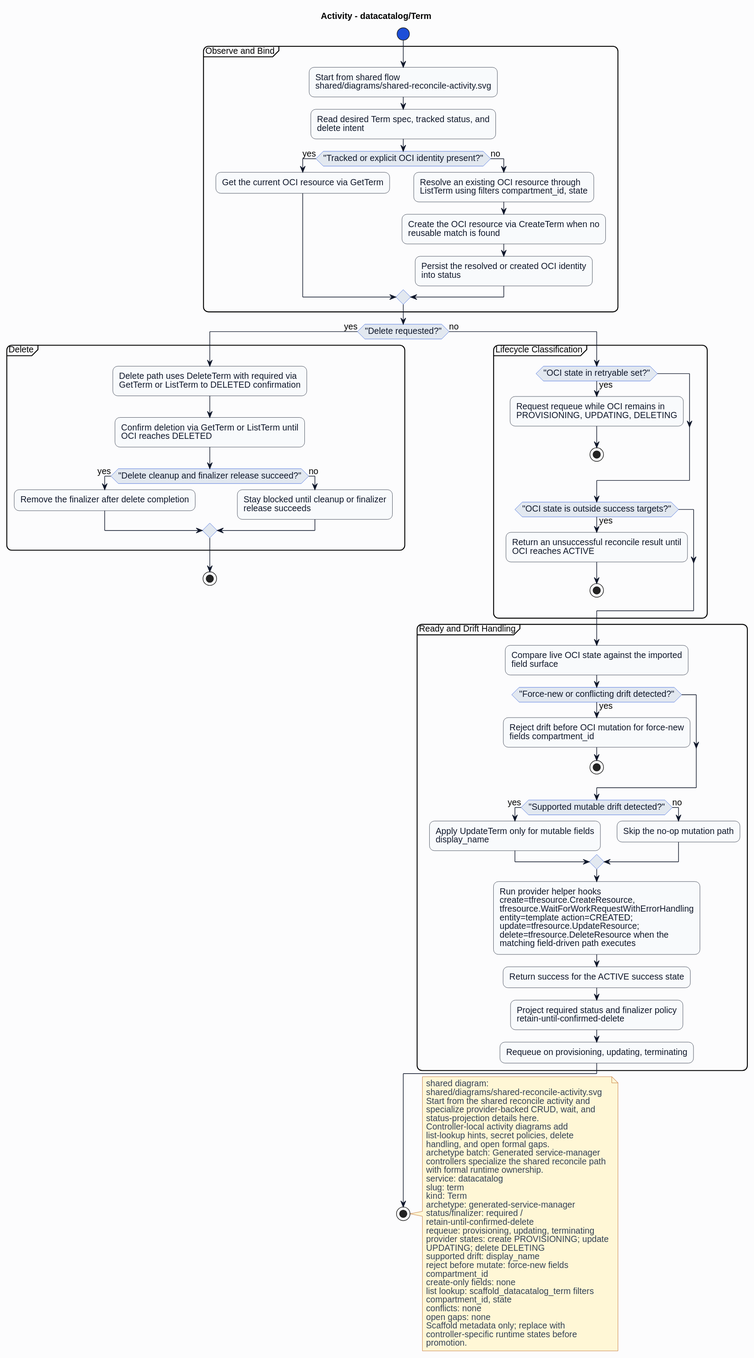
HaoyL666/oci-service-operator keeps this PlantUML diagram as formal/controllers/datacatalog/term/diagrams/activity.svg. Above is the earlier version. Source of this version:
```plantuml
@startuml
skinparam shadowing false
skinparam backgroundColor #fcfcfd
skinparam defaultFontName Helvetica
skinparam defaultFontSize 14
skinparam arrowColor #0f172a
skinparam noteBackgroundColor #fff7d6
skinparam noteBorderColor #b45309
skinparam noteFontColor #334155
skinparam roundcorner 16
title Activity - datacatalog/Term
skinparam activity {
  backgroundColor #f8fafc
  borderColor #0f172a
  fontColor #0f172a
  diamondBackgroundColor #e2e8f0
  diamondBorderColor #1d4ed8
  diamondFontColor #0f172a
  startColor #1d4ed8
  endColor #0f172a
  barColor #1d4ed8
}
start
partition "Observe and Bind" {
:Start from shared flow\nshared/diagrams/shared-reconcile-activity.svg;
:Read desired Term spec, tracked status, and\ndelete intent;
if ("Tracked or explicit OCI identity present?") then (yes)
:Get the current OCI resource via GetTerm;
else (no)
:Resolve an existing OCI resource through\nListTerm using filters compartment_id, state;
:Create the OCI resource via CreateTerm when no\nreusable match is found;
:Persist the resolved or created OCI identity\ninto status;
endif
}
if ("Delete requested?") then (yes)
partition "Delete" {
:Delete path uses DeleteTerm with required via\nGetTerm or ListTerm to DELETED confirmation;
:Confirm deletion via GetTerm or ListTerm until\nOCI reaches DELETED;
if ("Delete cleanup and finalizer release succeed?") then (yes)
:Remove the finalizer after delete completion;
else (no)
:Stay blocked until cleanup or finalizer\nrelease succeeds;
endif
}
stop
else (no)
partition "Lifecycle Classification" {
if ("OCI state in retryable set?") then (yes)
:Request requeue while OCI remains in\nPROVISIONING, UPDATING, DELETING;
stop
endif
if ("OCI state is outside success targets?") then (yes)
:Return an unsuccessful reconcile result until\nOCI reaches ACTIVE;
stop
endif
}
partition "Ready and Drift Handling" {
:Compare live OCI state against the imported\nfield surface;
if ("Force-new or conflicting drift detected?") then (yes)
:Reject drift before OCI mutation for force-new\nfields compartment_id;
stop
endif
if ("Supported mutable drift detected?") then (yes)
:Apply UpdateTerm only for mutable fields\ndisplay_name;
else (no)
:Skip the no-op mutation path;
endif
:Run provider helper hooks\ncreate=tfresource.CreateResource,\ntfresource.WaitForWorkRequestWithErrorHandling\nentity=template action=CREATED;\nupdate=tfresource.UpdateResource;\ndelete=tfresource.DeleteResource when the\nmatching field-driven path executes;
:Return success for the ACTIVE success state;
:Project required status and finalizer policy\nretain-until-confirmed-delete;
:Requeue on provisioning, updating, terminating;
}
endif
stop
note right
shared diagram:
shared/diagrams/shared-reconcile-activity.svg
Start from the shared reconcile activity and
specialize provider-backed CRUD, wait, and
status-projection details here.
Controller-local activity diagrams add
list-lookup hints, secret policies, delete
handling, and open formal gaps.
archetype batch: Generated service-manager
controllers specialize the shared reconcile path
with formal runtime ownership.
service: datacatalog
slug: term
kind: Term
archetype: generated-service-manager
status/finalizer: required /
retain-until-confirmed-delete
requeue: provisioning, updating, terminating
provider states: create PROVISIONING; update
UPDATING; delete DELETING
supported drift: display_name
reject before mutate: force-new fields
compartment_id
create-only fields: none
list lookup: scaffold_datacatalog_term filters
compartment_id, state
conflicts: none
open gaps: none
Scaffold metadata only; replace with
controller-specific runtime states before
promotion.
end note
@enduml
```
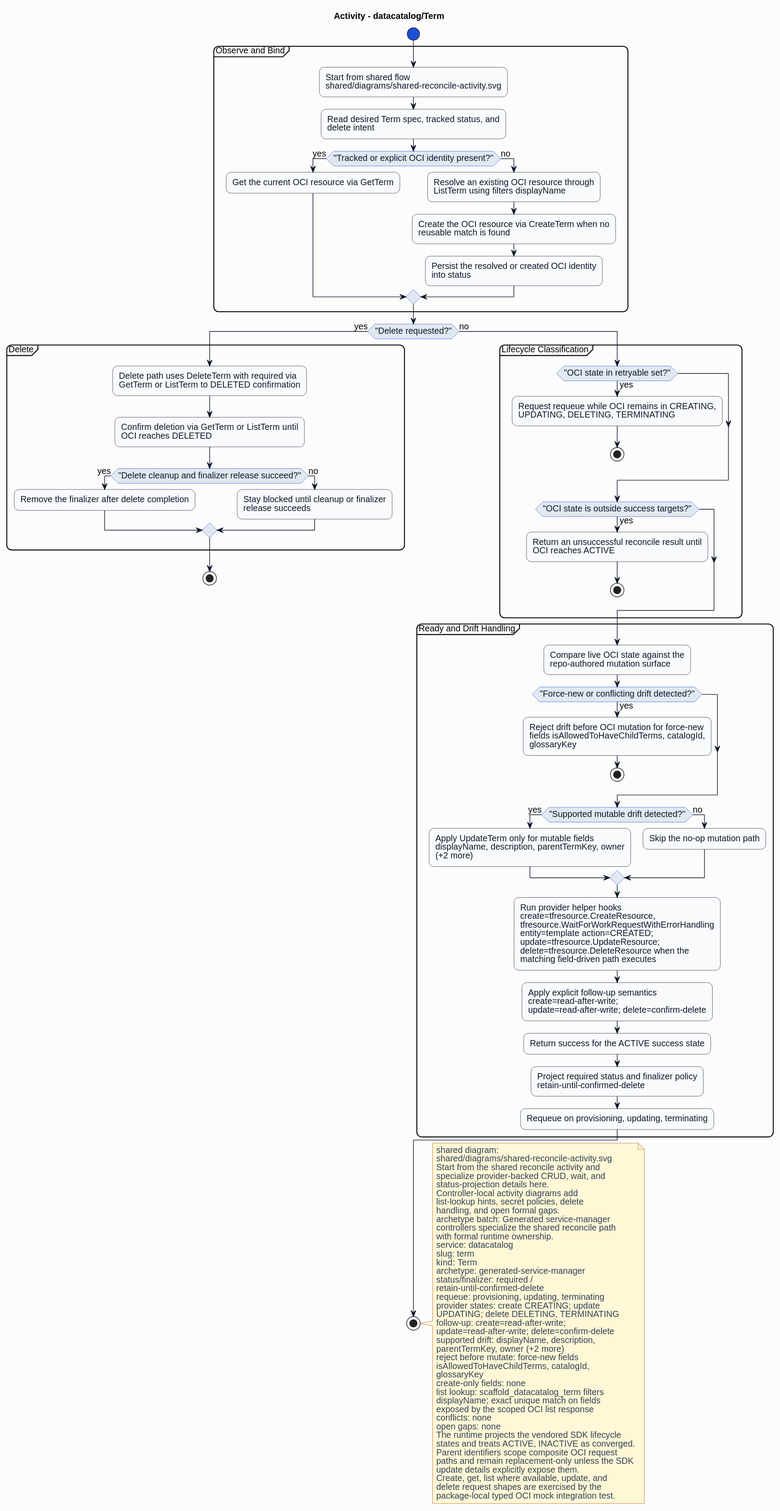
The same diagram one commit later.

The edit, as a diff of the source:
```diff
@@ -27,7 +27,7 @@
 if ("Tracked or explicit OCI identity present?") then (yes)
 :Get the current OCI resource via GetTerm;
 else (no)
-:Resolve an existing OCI resource through\nListTerm using filters compartment_id, state;
+:Resolve an existing OCI resource through\nListTerm using filters displayName;
 :Create the OCI resource via CreateTerm when no\nreusable match is found;
 :Persist the resolved or created OCI identity\ninto status;
 endif
@@ -46,7 +46,7 @@
 else (no)
 partition "Lifecycle Classification" {
 if ("OCI state in retryable set?") then (yes)
-:Request requeue while OCI remains in\nPROVISIONING, UPDATING, DELETING;
+:Request requeue while OCI remains in CREATING,\nUPDATING, DELETING, TERMINATING;
 stop
 endif
 if ("OCI state is outside success targets?") then (yes)
@@ -55,17 +55,18 @@
 endif
 }
 partition "Ready and Drift Handling" {
-:Compare live OCI state against the imported\nfield surface;
+:Compare live OCI state against the\nrepo-authored mutation surface;
 if ("Force-new or conflicting drift detected?") then (yes)
-:Reject drift before OCI mutation for force-new\nfields compartment_id;
+:Reject drift before OCI mutation for force-new\nfields isAllowedToHaveChildTerms, catalogId,\nglossaryKey;
 stop
 endif
 if ("Supported mutable drift detected?") then (yes)
-:Apply UpdateTerm only for mutable fields\ndisplay_name;
+:Apply UpdateTerm only for mutable fields\ndisplayName, description, parentTermKey, owner\n(+2 more);
 else (no)
 :Skip the no-op mutation path;
 endif
 :Run provider helper hooks\ncreate=tfresource.CreateResource,\ntfresource.WaitForWorkRequestWithErrorHandling\nentity=template action=CREATED;\nupdate=tfresource.UpdateResource;\ndelete=tfresource.DeleteResource when the\nmatching field-driven path executes;
+:Apply explicit follow-up semantics\ncreate=read-after-write;\nupdate=read-after-write; delete=confirm-delete;
 :Return success for the ACTIVE success state;
 :Project required status and finalizer policy\nretain-until-confirmed-delete;
 :Requeue on provisioning, updating, terminating;
@@ -91,18 +92,28 @@
 status/finalizer: required /
 retain-until-confirmed-delete
 requeue: provisioning, updating, terminating
-provider states: create PROVISIONING; update
-UPDATING; delete DELETING
-supported drift: display_name
+provider states: create CREATING; update
+UPDATING; delete DELETING, TERMINATING
+follow-up: create=read-after-write;
+update=read-after-write; delete=confirm-delete
+supported drift: displayName, description,
+parentTermKey, owner (+2 more)
 reject before mutate: force-new fields
-compartment_id
+isAllowedToHaveChildTerms, catalogId,
+glossaryKey
 create-only fields: none
 list lookup: scaffold_datacatalog_term filters
-compartment_id, state
+displayName; exact unique match on fields
+exposed by the scoped OCI list response
 conflicts: none
 open gaps: none
-Scaffold metadata only; replace with
-controller-specific runtime states before
-promotion.
+The runtime projects the vendored SDK lifecycle
+states and treats ACTIVE, INACTIVE as converged.
+Parent identifiers scope composite OCI request
+paths and remain replacement-only unless the SDK
+update details explicitly expose them.
+Create, get, list where available, update, and
+delete request shapes are exercised by the
+package-local typed OCI mock integration test.
 end note
 @enduml
```
